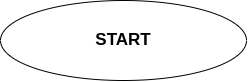
Before: DFD0 Diagram.drawio.png, a diagram exported from draw.io (rushikesh-mallanath/draw). Source tidied: cells renumbered, new cells last; positions are measured from the earlier drawing's top-left corner, leaving out a move shared by most shapes.
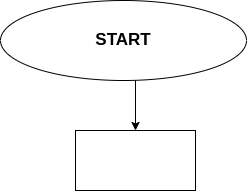
The same diagram one commit later.

The edit, as a diff of the source:
```diff
@@ -5,5 +5,14 @@
     <mxCell id="2" value="&lt;b&gt;&lt;font style=&quot;font-size: 17px;&quot;&gt;START&lt;/font&gt;&lt;/b&gt;" style="ellipse;whiteSpace=wrap;html=1;" parent="1" vertex="1">
       <mxGeometry width="246" height="80" as="geometry" />
     </mxCell>
+    <mxCell id="3" style="endArrow=classic;html=1;rounded=0;" parent="1" edge="1">
+      <mxGeometry relative="1" as="geometry">
+        <mxPoint x="135" y="80" as="sourcePoint" />
+        <mxPoint x="135" y="130" as="targetPoint" />
+      </mxGeometry>
+    </mxCell>
+    <mxCell id="4" style="rounded=0;whiteSpace=wrap;html=1;" parent="1" vertex="1">
+      <mxGeometry x="75" y="130" width="120" height="60" as="geometry" />
+    </mxCell>
   </root>
 </mxGraphModel>
```
